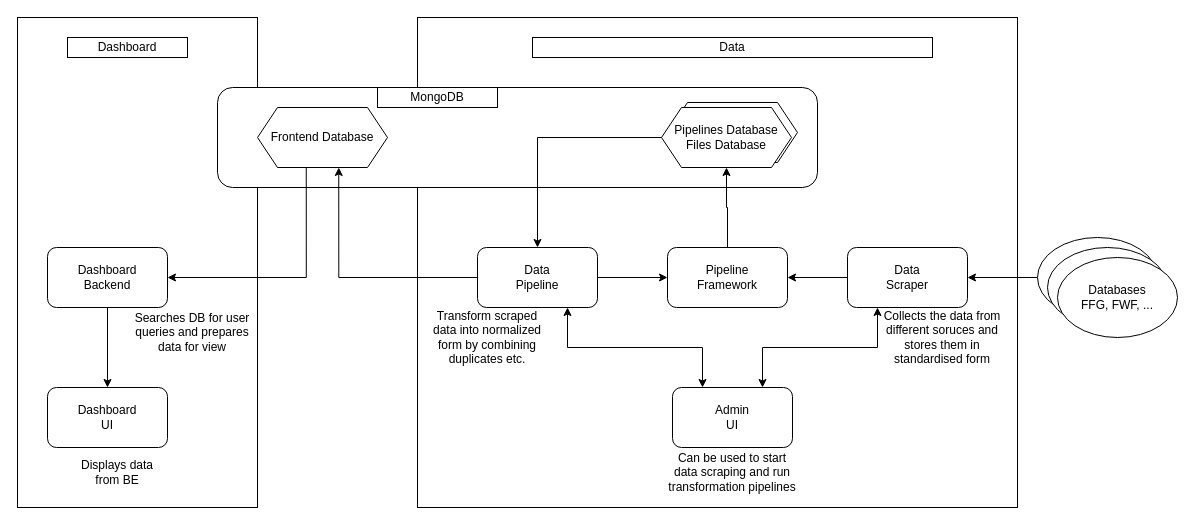
This is architecture.drawio from tech-atlas-master-thesis/architecture, a draw.io file, before an edit. Source tidied: cells renumbered, new cells numbered last; positions are measured from the earlier drawing's top-left corner, leaving out a move shared by most shapes. Both pictures are drawn from the tidied source at 100%, with x=0, y=0 at pixel (17, 17).
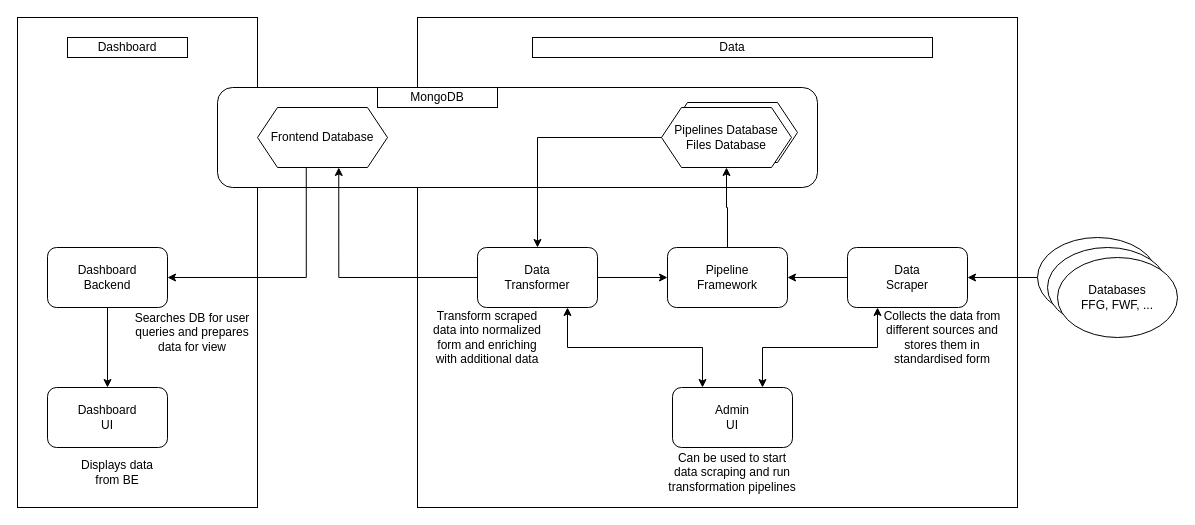
The same diagram, later.

The edit, as a diff of the source:
```diff
@@
-    <mxCell id="8" value="&lt;div&gt;Data&lt;/div&gt;&lt;div&gt;Pipeline&lt;/div&gt;" style="whiteSpace=wrap;html=1;rounded=1;" parent="1" vertex="1">
+    <mxCell id="8" value="Data&lt;br&gt;Transformer" style="whiteSpace=wrap;html=1;rounded=1;" parent="1" vertex="1">
       <mxGeometry x="460" y="230" width="120" height="60" as="geometry" />
     </mxCell>
@@
-    <mxCell id="21" value="Collects the data from different soruces and stores them in standardised form" style="text;html=1;whiteSpace=wrap;strokeColor=none;fillColor=none;align=center;verticalAlign=middle;rounded=0;" parent="1" vertex="1">
+    <mxCell id="21" value="Collects the data from different sources and stores them in standardised form" style="text;html=1;whiteSpace=wrap;strokeColor=none;fillColor=none;align=center;verticalAlign=middle;rounded=0;" parent="1" vertex="1">
       <mxGeometry x="860" y="290" width="130" height="60" as="geometry" />
     </mxCell>
-    <mxCell id="22" value="Transform scraped data into normalized form by combining duplicates etc." style="text;html=1;whiteSpace=wrap;strokeColor=none;fillColor=none;align=center;verticalAlign=middle;rounded=0;" parent="1" vertex="1">
+    <mxCell id="22" value="Transform scraped data into normalized form and enriching with additional data" style="text;html=1;whiteSpace=wrap;strokeColor=none;fillColor=none;align=center;verticalAlign=middle;rounded=0;" parent="1" vertex="1">
       <mxGeometry x="410" y="290" width="120" height="60" as="geometry" />
     </mxCell>
```
